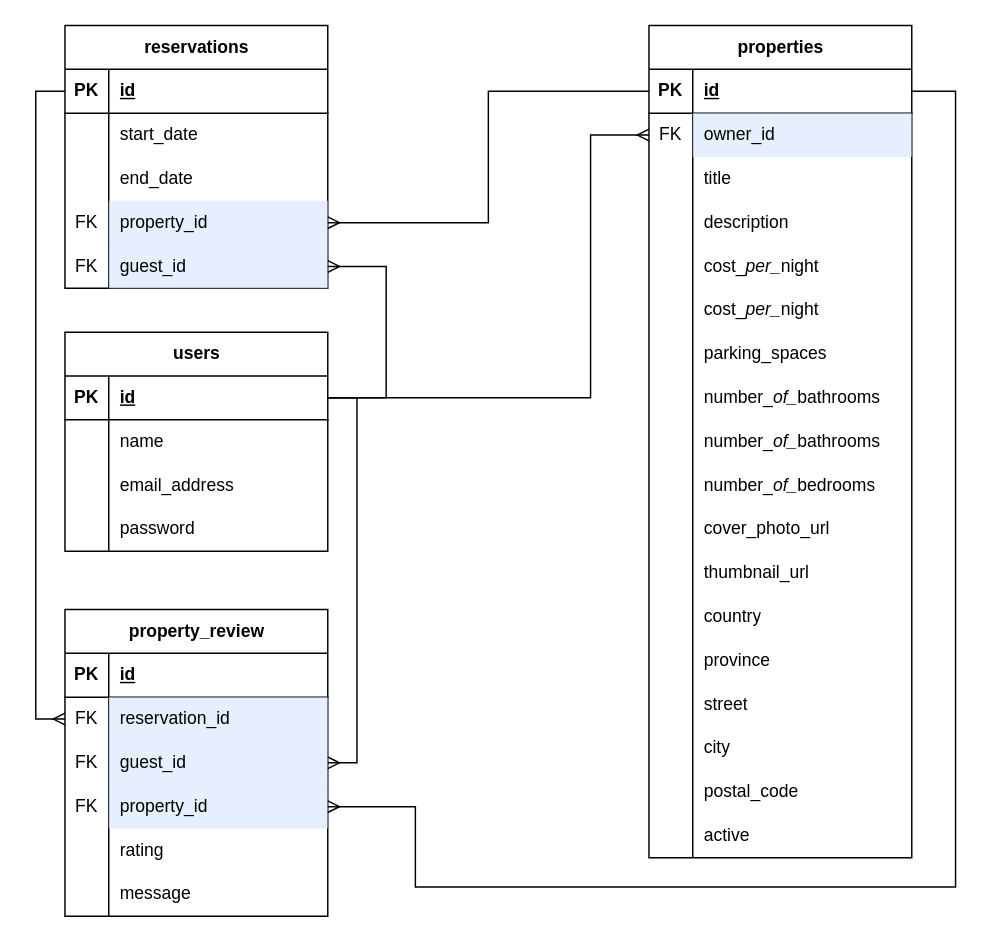
The draw.io diagram LighthouseBNBERD.drawio in williamkemeny/LighthouseBnB, before the edit. Source tidied: cells renumbered, new cells numbered last; positions are measured from the earlier drawing's top-left corner, leaving out a move shared by most shapes. Both pictures are drawn from the tidied source at 146%, with x=0, y=0 at pixel (64, 25).
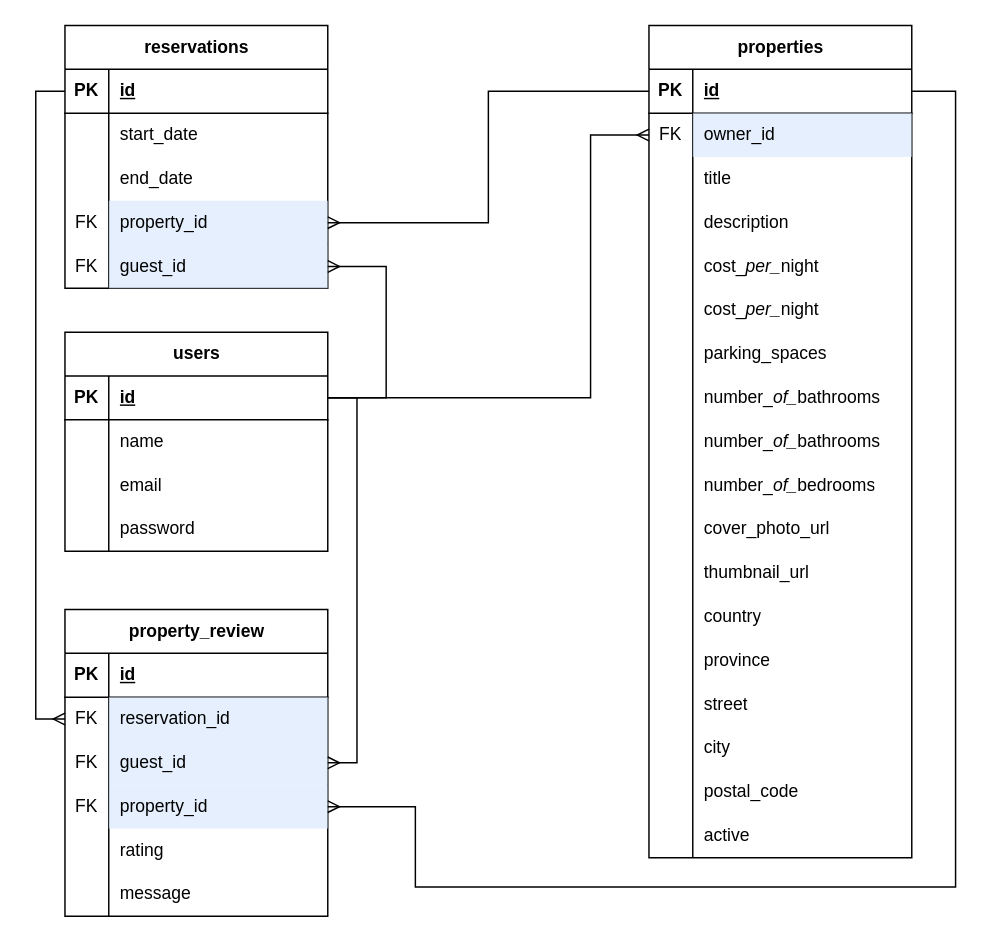
Above is the later version.

Commit message (it also covers changes not shown here):
fixed issue with my listings not being populated

The change refers to these unchanged cells:
```xml
<mxCell id="9" style="shape=tableRow;horizontal=0;startSize=0;swimlaneHead=0;swimlaneBody=0;fillColor=none;top=0;left=0;right=0;bottom=0;" parent="2" vertex="1">
  <mxGeometry y="90" width="180" height="30" as="geometry" />
</mxCell>
```

Change to the diagram source:
```diff
@@
-    <mxCell id="11" value="email_address" style="shape=partialRectangle;fillColor=none;top=0;left=0;bottom=0;right=0;align=left;spacingLeft=6;overflow=hidden;whiteSpace=wrap;html=1;" parent="9" vertex="1">
+    <mxCell id="11" value="email" style="shape=partialRectangle;fillColor=none;top=0;left=0;bottom=0;right=0;align=left;spacingLeft=6;overflow=hidden;whiteSpace=wrap;html=1;" parent="9" vertex="1">
       <mxGeometry x="30" width="150" height="30" as="geometry" />
     </mxCell>
```
